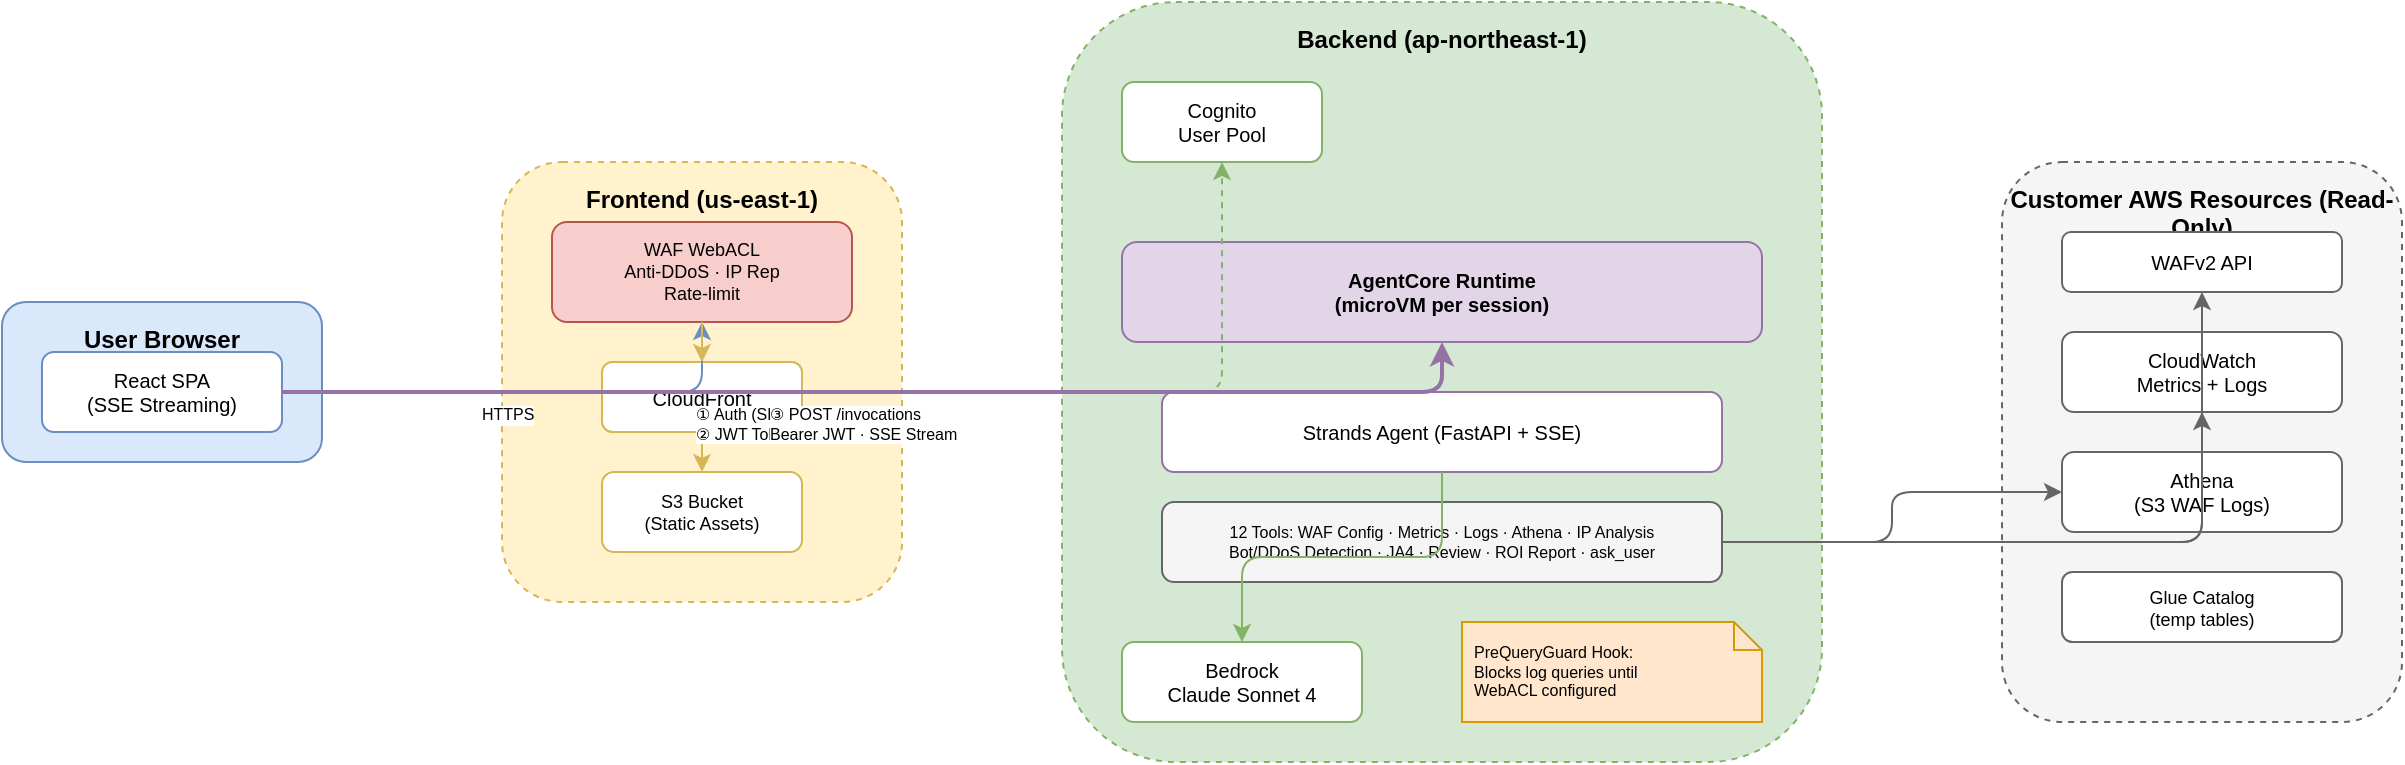
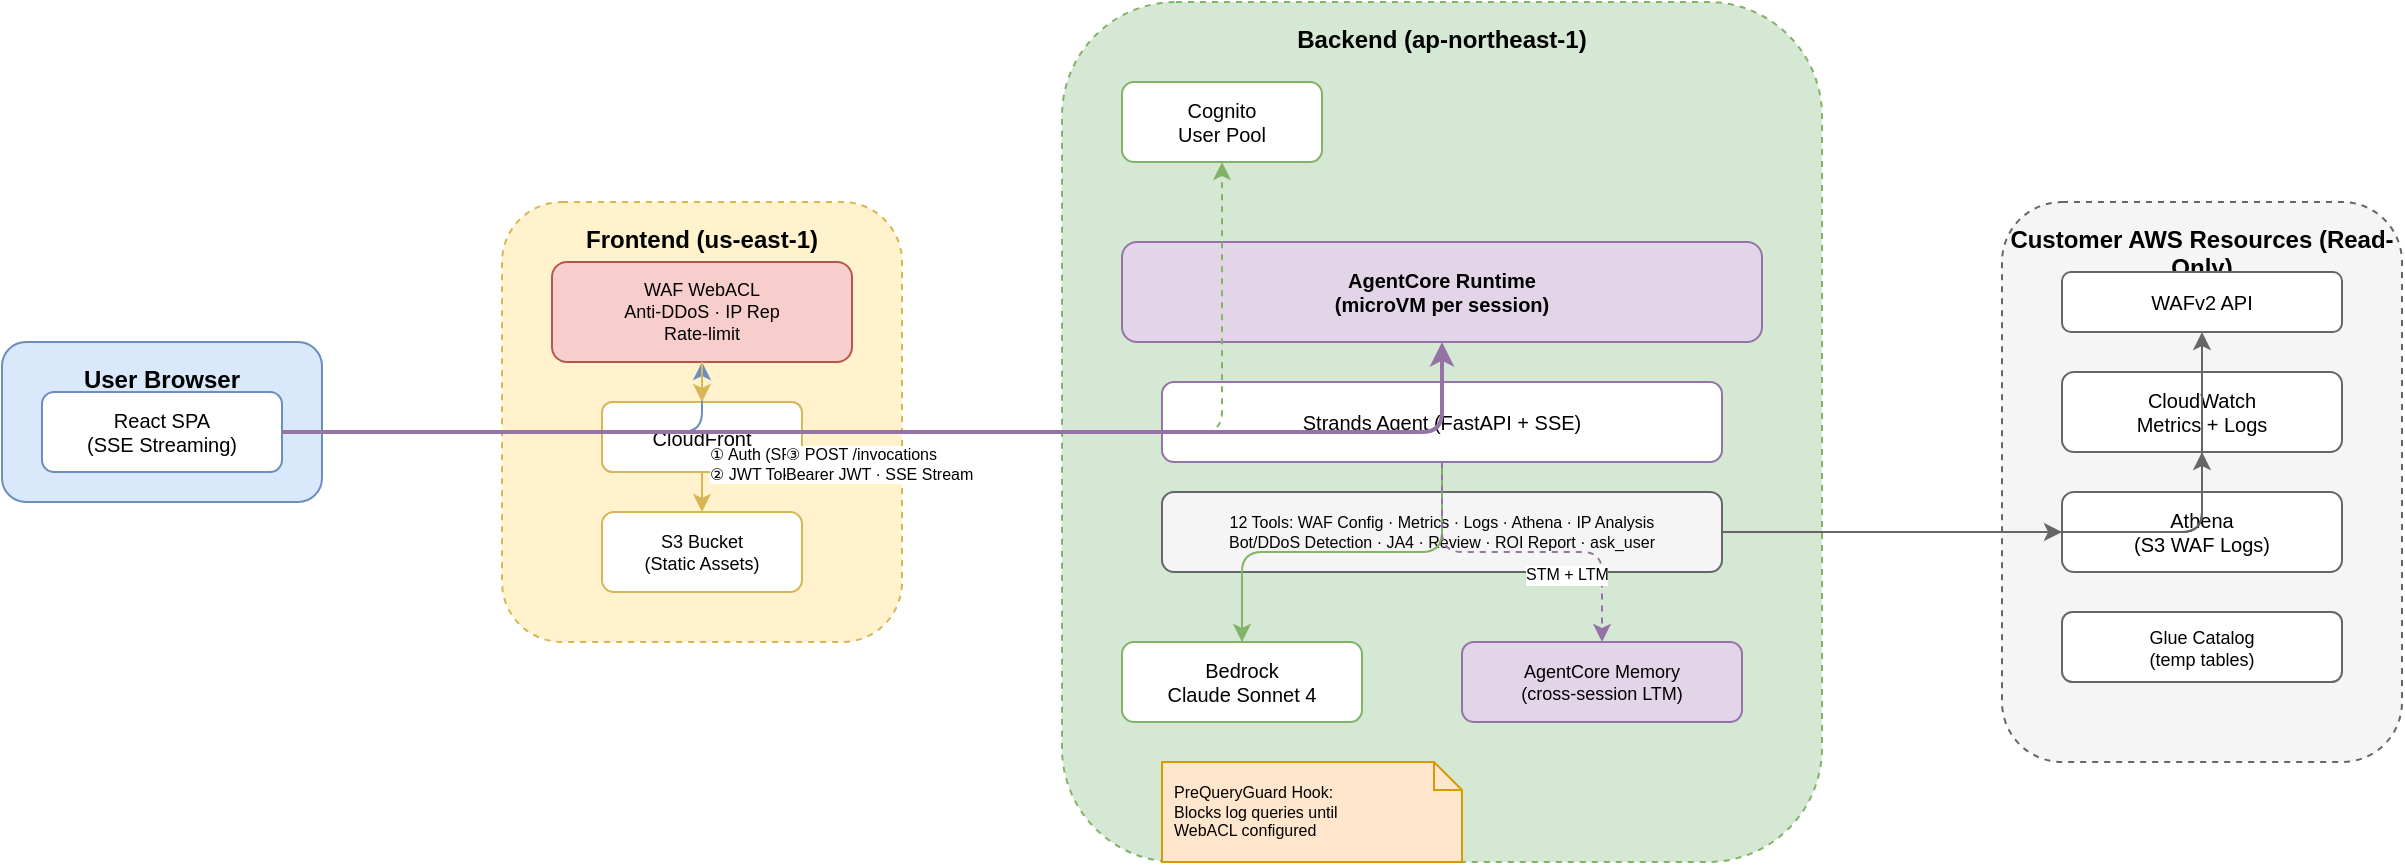
- <mxfile host="app.diagrams.net" modified="2026-05-11T11:40:00.000Z" agent="WAF Agent" version="24.0.0">
+ <mxfile host="app.diagrams.net" modified="2026-05-11T13:05:00.000Z" agent="WAF Agent" version="24.0.0">
  <diagram name="Architecture" id="arch-1">
    <mxGraphModel dx="1200" dy="800" grid="1" gridSize="10" guides="1" tooltips="1" connect="1" arrows="1" fold="1" page="1" pageScale="1" pageWidth="1400" pageHeight="900" math="0" shadow="0">
      <root>
        <mxCell id="0" />
        <mxCell id="1" parent="0" />

        <!-- User Browser -->
        <mxCell id="user-group" value="User Browser" style="rounded=1;whiteSpace=wrap;html=1;fillColor=#dae8fc;strokeColor=#6c8ebf;verticalAlign=top;fontStyle=1;fontSize=12;spacingTop=5;" vertex="1" parent="1">
          <mxGeometry x="50" y="350" width="160" height="80" as="geometry" />
        </mxCell>
        <mxCell id="spa" value="React SPA&#xa;(SSE Streaming)" style="rounded=1;whiteSpace=wrap;html=1;fillColor=#fff;strokeColor=#6c8ebf;fontSize=10;" vertex="1" parent="1">
          <mxGeometry x="70" y="375" width="120" height="40" as="geometry" />
        </mxCell>

        <!-- Frontend (us-east-1) -->
        <mxCell id="fe-group" value="Frontend (us-east-1)" style="rounded=1;whiteSpace=wrap;html=1;fillColor=#fff2cc;strokeColor=#d6b656;verticalAlign=top;fontStyle=1;fontSize=12;spacingTop=5;dashed=1;" vertex="1" parent="1">
          <mxGeometry x="300" y="280" width="200" height="220" as="geometry" />
        </mxCell>
        <mxCell id="waf-fe" value="WAF WebACL&#xa;Anti-DDoS · IP Rep&#xa;Rate-limit" style="rounded=1;whiteSpace=wrap;html=1;fillColor=#f8cecc;strokeColor=#b85450;fontSize=9;" vertex="1" parent="1">
          <mxGeometry x="325" y="310" width="150" height="50" as="geometry" />
        </mxCell>
        <mxCell id="cf" value="CloudFront" style="rounded=1;whiteSpace=wrap;html=1;fillColor=#fff;strokeColor=#d6b656;fontSize=10;" vertex="1" parent="1">
          <mxGeometry x="350" y="380" width="100" height="35" as="geometry" />
        </mxCell>
        <mxCell id="s3" value="S3 Bucket&#xa;(Static Assets)" style="rounded=1;whiteSpace=wrap;html=1;fillColor=#fff;strokeColor=#d6b656;fontSize=9;" vertex="1" parent="1">
          <mxGeometry x="350" y="435" width="100" height="40" as="geometry" />
        </mxCell>

        <!-- Backend -->
        <mxCell id="be-group" value="Backend (ap-northeast-1)" style="rounded=1;whiteSpace=wrap;html=1;fillColor=#d5e8d4;strokeColor=#82b366;verticalAlign=top;fontStyle=1;fontSize=12;spacingTop=5;dashed=1;" vertex="1" parent="1">
-           <mxGeometry x="580" y="200" width="380" height="380" as="geometry" />
+           <mxGeometry x="580" y="180" width="380" height="430" as="geometry" />
        </mxCell>
        <mxCell id="cognito" value="Cognito&#xa;User Pool" style="rounded=1;whiteSpace=wrap;html=1;fillColor=#fff;strokeColor=#82b366;fontSize=10;" vertex="1" parent="1">
-           <mxGeometry x="610" y="240" width="100" height="40" as="geometry" />
+           <mxGeometry x="610" y="220" width="100" height="40" as="geometry" />
        </mxCell>
        <mxCell id="ac" value="AgentCore Runtime&#xa;(microVM per session)" style="rounded=1;whiteSpace=wrap;html=1;fillColor=#e1d5e7;strokeColor=#9673a6;fontSize=10;fontStyle=1;" vertex="1" parent="1">
-           <mxGeometry x="610" y="320" width="320" height="50" as="geometry" />
+           <mxGeometry x="610" y="300" width="320" height="50" as="geometry" />
        </mxCell>
        <mxCell id="agent" value="Strands Agent (FastAPI + SSE)" style="rounded=1;whiteSpace=wrap;html=1;fillColor=#fff;strokeColor=#9673a6;fontSize=10;" vertex="1" parent="1">
-           <mxGeometry x="630" y="395" width="280" height="40" as="geometry" />
+           <mxGeometry x="630" y="370" width="280" height="40" as="geometry" />
        </mxCell>
        <mxCell id="tools" value="12 Tools: WAF Config · Metrics · Logs · Athena · IP Analysis&#xa;Bot/DDoS Detection · JA4 · Review · ROI Report · ask_user" style="rounded=1;whiteSpace=wrap;html=1;fillColor=#f5f5f5;strokeColor=#666;fontSize=8;" vertex="1" parent="1">
-           <mxGeometry x="630" y="450" width="280" height="40" as="geometry" />
+           <mxGeometry x="630" y="425" width="280" height="40" as="geometry" />
        </mxCell>
        <mxCell id="bedrock" value="Bedrock&#xa;Claude Sonnet 4" style="rounded=1;whiteSpace=wrap;html=1;fillColor=#fff;strokeColor=#82b366;fontSize=10;" vertex="1" parent="1">
-           <mxGeometry x="610" y="520" width="120" height="40" as="geometry" />
+           <mxGeometry x="610" y="500" width="120" height="40" as="geometry" />
+         </mxCell>
+         <mxCell id="memory" value="AgentCore Memory&#xa;(cross-session LTM)" style="rounded=1;whiteSpace=wrap;html=1;fillColor=#e1d5e7;strokeColor=#9673a6;fontSize=9;" vertex="1" parent="1">
+           <mxGeometry x="780" y="500" width="140" height="40" as="geometry" />
        </mxCell>

        <!-- Customer AWS Resources -->
        <mxCell id="aws-group" value="Customer AWS Resources (Read-Only)" style="rounded=1;whiteSpace=wrap;html=1;fillColor=#f5f5f5;strokeColor=#666;verticalAlign=top;fontStyle=1;fontSize=12;spacingTop=5;dashed=1;" vertex="1" parent="1">
          <mxGeometry x="1050" y="280" width="200" height="280" as="geometry" />
        </mxCell>
        <mxCell id="wafv2" value="WAFv2 API" style="rounded=1;whiteSpace=wrap;html=1;fillColor=#fff;strokeColor=#666;fontSize=10;" vertex="1" parent="1">
          <mxGeometry x="1080" y="315" width="140" height="30" as="geometry" />
        </mxCell>
        <mxCell id="cw" value="CloudWatch&#xa;Metrics + Logs" style="rounded=1;whiteSpace=wrap;html=1;fillColor=#fff;strokeColor=#666;fontSize=10;" vertex="1" parent="1">
          <mxGeometry x="1080" y="365" width="140" height="40" as="geometry" />
        </mxCell>
        <mxCell id="athena" value="Athena&#xa;(S3 WAF Logs)" style="rounded=1;whiteSpace=wrap;html=1;fillColor=#fff;strokeColor=#666;fontSize=10;" vertex="1" parent="1">
          <mxGeometry x="1080" y="425" width="140" height="40" as="geometry" />
        </mxCell>
        <mxCell id="glue" value="Glue Catalog&#xa;(temp tables)" style="rounded=1;whiteSpace=wrap;html=1;fillColor=#fff;strokeColor=#666;fontSize=9;" vertex="1" parent="1">
          <mxGeometry x="1080" y="485" width="140" height="35" as="geometry" />
        </mxCell>

        <!-- Arrows -->
-         <!-- User → WAF → CloudFront → S3 -->
        <mxCell id="e1" style="edgeStyle=orthogonalEdgeStyle;rounded=1;strokeColor=#6c8ebf;" edge="1" source="spa" target="waf-fe" parent="1">
          <mxGeometry relative="1" as="geometry" />
-         </mxCell>
-         <mxCell id="e1-label" value="HTTPS" style="edgeLabel;html=1;fontSize=8;fillColor=none;" vertex="1" connectable="0" parent="e1">
-           <mxGeometry x="-0.2" relative="1" as="geometry"><mxPoint as="offset" /></mxGeometry>
        </mxCell>
        <mxCell id="e2" style="edgeStyle=orthogonalEdgeStyle;rounded=1;strokeColor=#d6b656;" edge="1" source="waf-fe" target="cf" parent="1">
          <mxGeometry relative="1" as="geometry" />
        </mxCell>
        <mxCell id="e3" style="edgeStyle=orthogonalEdgeStyle;rounded=1;strokeColor=#d6b656;" edge="1" source="cf" target="s3" parent="1">
          <mxGeometry relative="1" as="geometry" />
        </mxCell>
- 
-         <!-- User → Cognito (Auth) -->
        <mxCell id="e4" style="edgeStyle=orthogonalEdgeStyle;rounded=1;strokeColor=#82b366;dashed=1;" edge="1" source="spa" target="cognito" parent="1">
          <mxGeometry relative="1" as="geometry" />
        </mxCell>
        <mxCell id="e4-label" value="① Auth (SRP)&#xa;② JWT Token" style="edgeLabel;html=1;fontSize=8;fillColor=none;" vertex="1" connectable="0" parent="e4">
          <mxGeometry x="-0.3" relative="1" as="geometry"><mxPoint as="offset" /></mxGeometry>
        </mxCell>
- 
-         <!-- User → AgentCore (SSE) -->
        <mxCell id="e5" style="edgeStyle=orthogonalEdgeStyle;rounded=1;strokeColor=#9673a6;strokeWidth=2;" edge="1" source="spa" target="ac" parent="1">
          <mxGeometry relative="1" as="geometry" />
        </mxCell>
        <mxCell id="e5-label" value="③ POST /invocations&#xa;Bearer JWT · SSE Stream" style="edgeLabel;html=1;fontSize=8;fillColor=none;" vertex="1" connectable="0" parent="e5">
          <mxGeometry x="-0.2" relative="1" as="geometry"><mxPoint as="offset" /></mxGeometry>
        </mxCell>
- 
-         <!-- Agent → Bedrock -->
        <mxCell id="e6" style="edgeStyle=orthogonalEdgeStyle;rounded=1;strokeColor=#82b366;" edge="1" source="agent" target="bedrock" parent="1">
          <mxGeometry relative="1" as="geometry" />
        </mxCell>
- 
-         <!-- Agent → AWS Resources -->
+         <mxCell id="e6b" style="edgeStyle=orthogonalEdgeStyle;rounded=1;strokeColor=#9673a6;dashed=1;" edge="1" source="agent" target="memory" parent="1">
+           <mxGeometry relative="1" as="geometry" />
+         </mxCell>
+         <mxCell id="e6b-label" value="STM + LTM" style="edgeLabel;html=1;fontSize=8;fillColor=none;" vertex="1" connectable="0" parent="e6b">
+           <mxGeometry relative="1" as="geometry"><mxPoint as="offset" /></mxGeometry>
+         </mxCell>
        <mxCell id="e7" style="edgeStyle=orthogonalEdgeStyle;rounded=1;strokeColor=#666;" edge="1" source="tools" target="wafv2" parent="1">
          <mxGeometry relative="1" as="geometry" />
        </mxCell>
        <mxCell id="e8" style="edgeStyle=orthogonalEdgeStyle;rounded=1;strokeColor=#666;" edge="1" source="tools" target="cw" parent="1">
          <mxGeometry relative="1" as="geometry" />
        </mxCell>
        <mxCell id="e9" style="edgeStyle=orthogonalEdgeStyle;rounded=1;strokeColor=#666;" edge="1" source="tools" target="athena" parent="1">
          <mxGeometry relative="1" as="geometry" />
        </mxCell>

-         <!-- Hook label -->
+         <!-- Hook note -->
        <mxCell id="hook-note" value="PreQueryGuard Hook:&#xa;Blocks log queries until&#xa;WebACL configured" style="shape=note;whiteSpace=wrap;html=1;size=14;fillColor=#ffe6cc;strokeColor=#d79b00;fontSize=8;align=left;spacingLeft=4;" vertex="1" parent="1">
-           <mxGeometry x="780" y="510" width="150" height="50" as="geometry" />
+           <mxGeometry x="630" y="560" width="150" height="50" as="geometry" />
        </mxCell>

      </root>
    </mxGraphModel>
  </diagram>
</mxfile>
